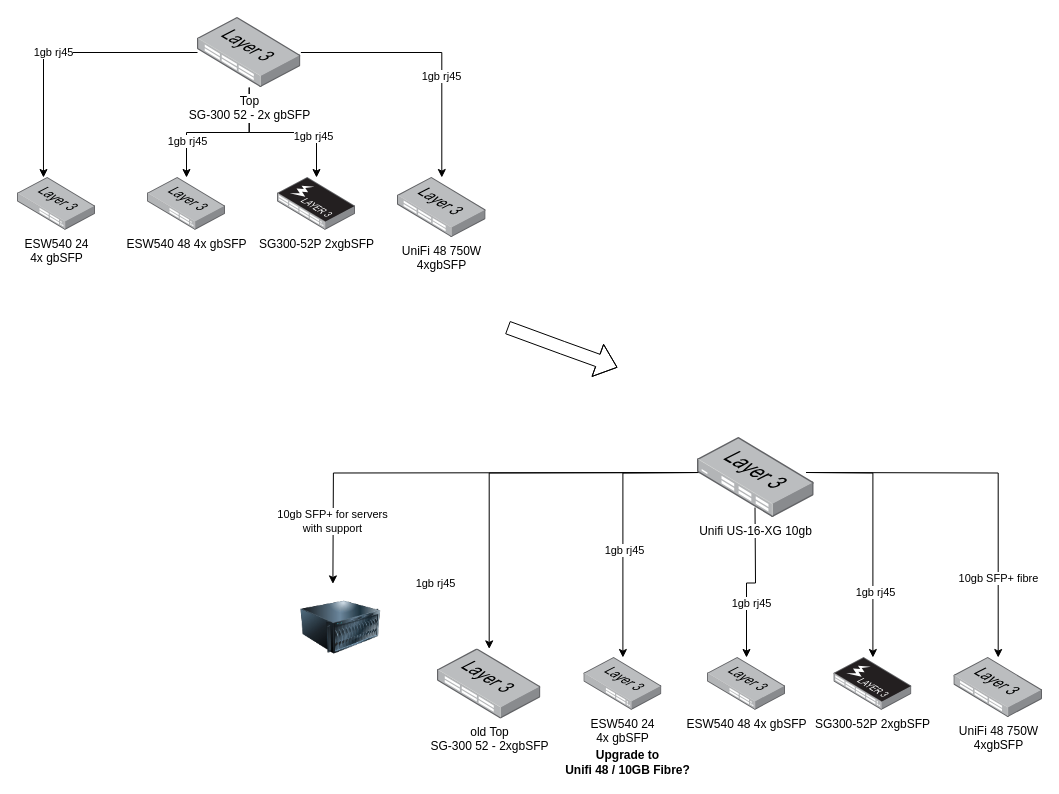
Above: bvg-switches.drawio in cwldev/draw (draw.io), before the change. Source tidied: cells renumbered, new cells numbered last; positions are measured from the earlier drawing's top-left corner, leaving out a move shared by most shapes. Both pictures are drawn from the tidied source at 100%, with x=0, y=0 at pixel (17, 17).
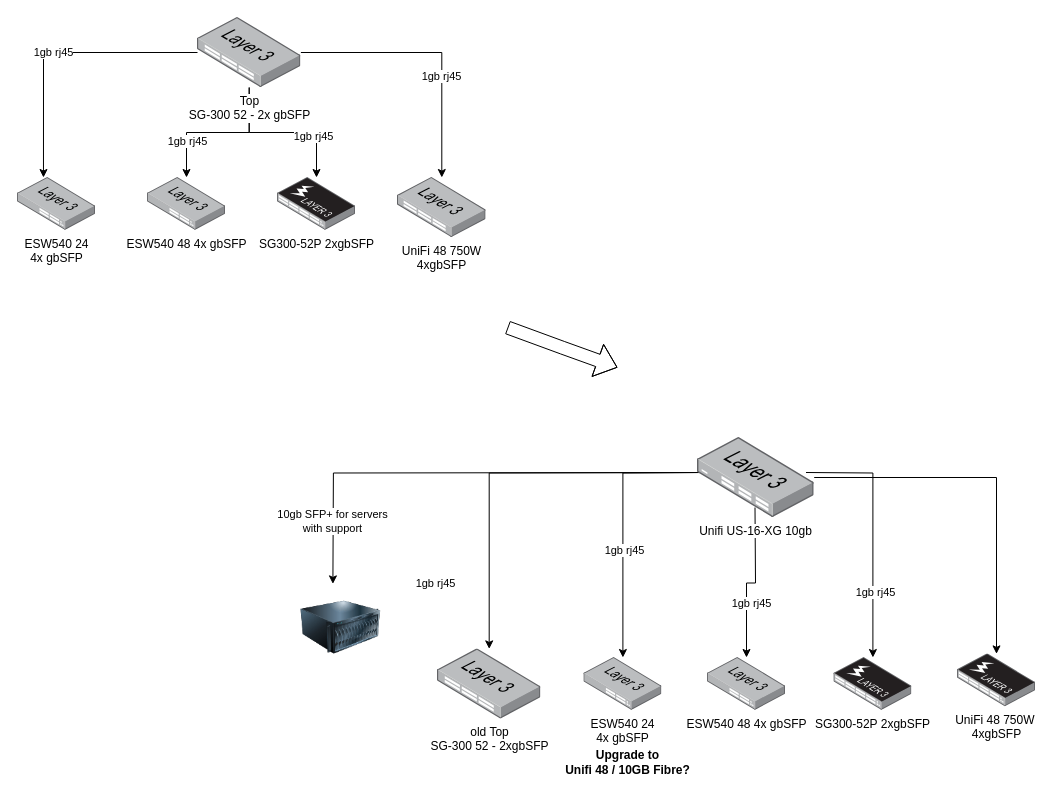
The same page after the edit.

Unchanged cells that the change refers to:
```xml
<mxCell id="34" value="Unifi US‑16‑XG 10gb" style="points=[];html=1;align=center;shadow=0;dashed=0;image;image=img/lib/allied_telesis/switch/Switch_24_port_L3.svg;" parent="1" vertex="1">
  <mxGeometry x="680" y="420" width="116.7" height="80" as="geometry" />
</mxCell>
```

The edit, as a diff of the source:
```diff
@@
-    <mxCell id="23" style="edgeStyle=orthogonalEdgeStyle;rounded=0;jettySize=auto;html=1;" parent="1" edge="1" target="31">
-      <mxGeometry relative="1" as="geometry">
-        <mxPoint x="788.5" y="455" as="sourcePoint" />
-      </mxGeometry>
-    </mxCell>
-    <mxCell id="24" value="10gb SFP+ fibre" style="edgeLabel;html=1;align=center;verticalAlign=middle;" parent="23" vertex="1">
-      <mxGeometry x="0.04" y="-63" relative="1" as="geometry">
-        <mxPoint x="63" y="101.2" as="offset" />
-      </mxGeometry>
-    </mxCell>
@@
-    <mxCell id="31" value="UniFi 48 750W &lt;br&gt;4xgbSFP" style="points=[];html=1;align=center;shadow=0;dashed=0;image;image=img/lib/allied_telesis/switch/Switch_48_port_L3.svg;" parent="1" vertex="1">
-      <mxGeometry x="936.4" y="640" width="88.6" height="60" as="geometry" />
-    </mxCell>
@@
+    <mxCell id="36" style="edgeStyle=orthogonalEdgeStyle;rounded=0;jettySize=auto;html=1;" parent="1" edge="1" source="34" target="31">
+      <mxGeometry relative="1" as="geometry" />
+    </mxCell>
@@
+    <mxCell id="31" value="UniFi 48 750W&amp;nbsp;&lt;br&gt;4xgbSFP" style="points=[];html=1;align=center;shadow=0;dashed=0;image;image=img/lib/allied_telesis/switch/Switch_48_port_L3_POE.svg;" parent="1" vertex="1">
+      <mxGeometry x="940" y="636.4" width="78" height="52.8" as="geometry" />
+    </mxCell>
```
